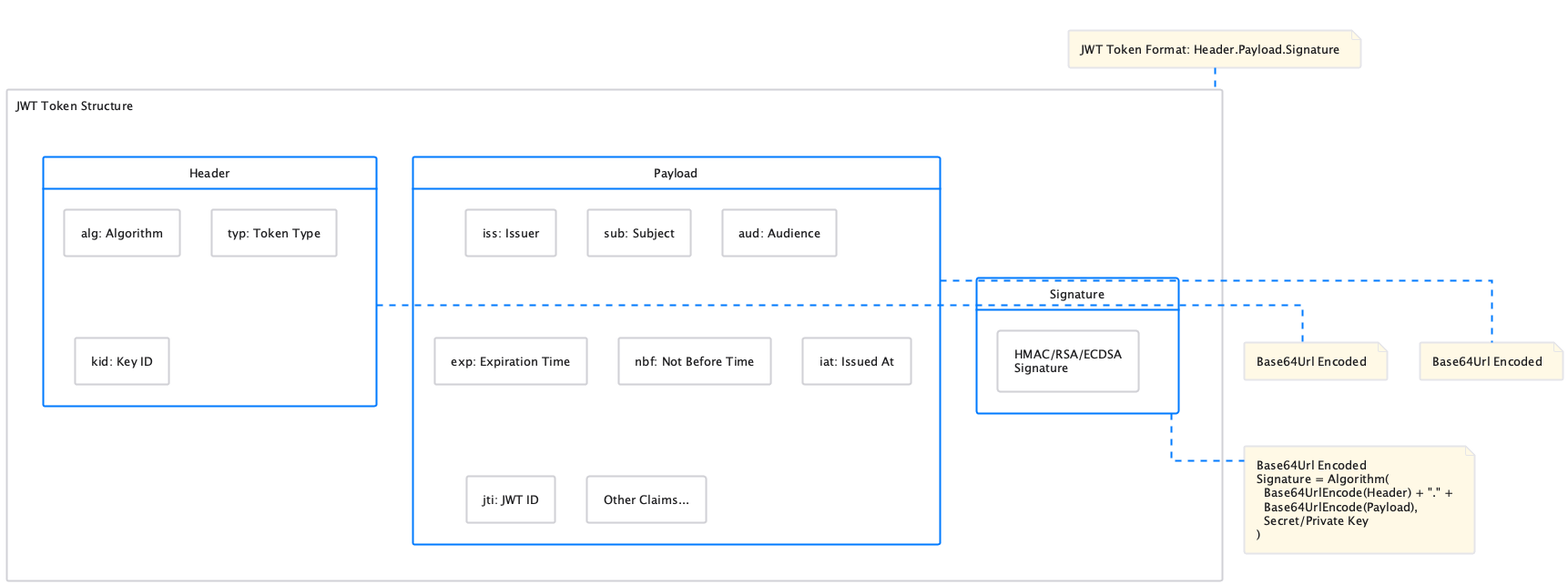
Before: doc/plantuml/token-structure.png, a diagram exported from PlantUML (cuioss/cui-jwt).
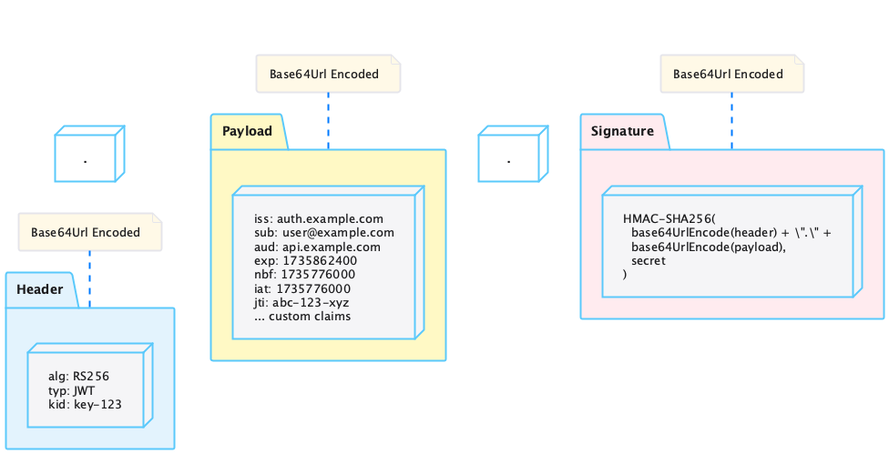
The same file after the commit.

Commit message:
docs: Redesign JWT token structure diagram with horizontal layout

What changed in the source:
```diff
@@ -1,31 +1,30 @@
 @startuml
 !include plantuml.skin
 
-rectangle "JWT Token Structure" as JWT {
-  card "Header" as Header {
-    rectangle "alg: Algorithm" as alg
-    rectangle "typ: Token Type" as typ
-    rectangle "kid: Key ID" as kid
-  }
+title JWT Token Format: Header.Payload.Signature
 
-  card "Payload" as Payload {
-    rectangle "iss: Issuer" as iss
-    rectangle "sub: Subject" as sub
-    rectangle "aud: Audience" as aud
-    rectangle "exp: Expiration Time" as exp
-    rectangle "nbf: Not Before Time" as nbf
-    rectangle "iat: Issued At" as iat
-    rectangle "jti: JWT ID" as jti
-    rectangle "Other Claims..." as other
-  }
+left to right direction
 
-  card "Signature" as Signature {
-    rectangle "HMAC/RSA/ECDSA\nSignature" as sig
-  }
+package "Header" #E3F2FD {
+  node "alg: RS256\ntyp: JWT\nkid: key-123" as h1
 }
 
-Header -[hidden]-> Payload
-Payload -[hidden]-> Signature
+node "  **.**  " as dot1 #FFFFFF
+
+package "Payload" #FFF9C4 {
+  node "iss: auth.example.com\nsub: user@example.com\naud: api.example.com\nexp: 1735862400\nnbf: 1735776000\niat: 1735776000\njti: abc-123-xyz\n... custom claims" as p1
+}
+
+node "  **.**  " as dot2 #FFFFFF
+
+package "Signature" #FFEBEE {
+  node "HMAC-SHA256(\n  base64UrlEncode(header) + \".\" +\n  base64UrlEncode(payload),\n  secret\n)" as s1
+}
+
+Header -[hidden]-> dot1
+dot1 -[hidden]-> Payload
+Payload -[hidden]-> dot2
+dot2 -[hidden]-> Signature
 
 note bottom of Header
   Base64Url Encoded
@@ -37,15 +36,6 @@
 
 note bottom of Signature
   Base64Url Encoded
-  Signature = Algorithm(
-    Base64UrlEncode(Header) + "." +
-    Base64UrlEncode(Payload),
-    Secret/Private Key
-  )
-end note
-
-note top of JWT
-  JWT Token Format: Header.Payload.Signature
 end note
 
 @enduml
```
